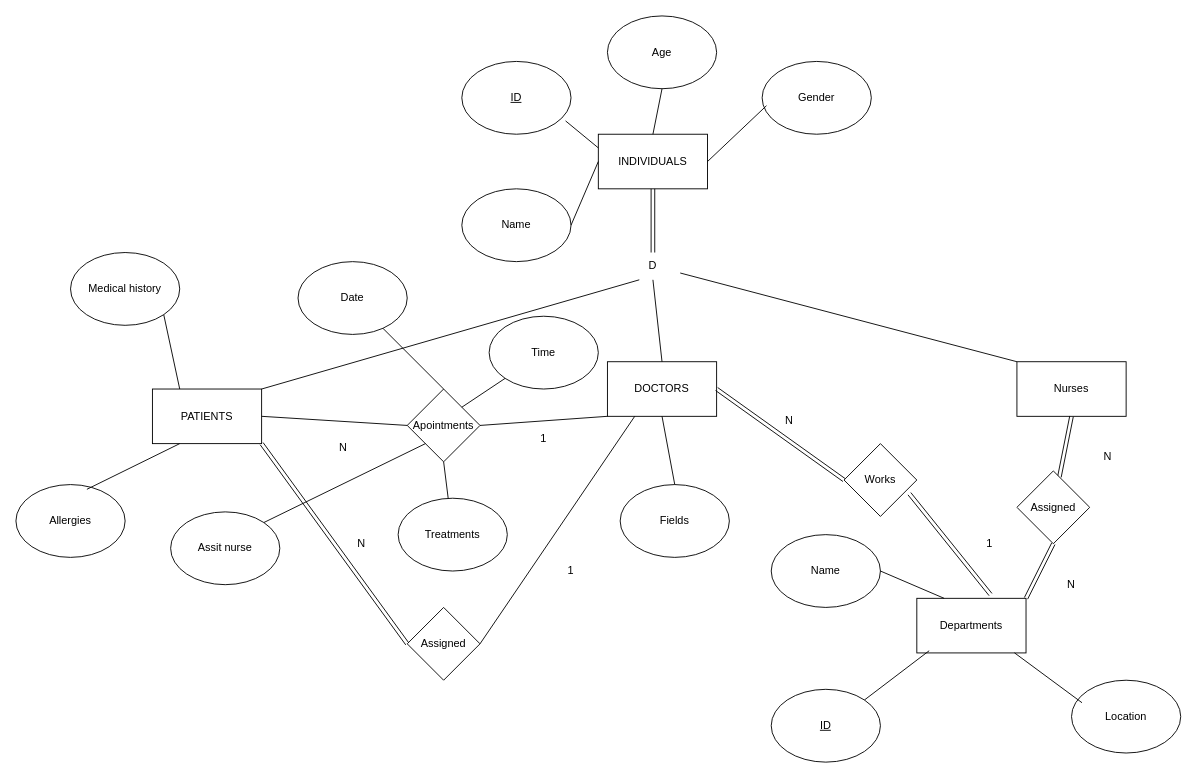
This is ex5.drawio from Sonhoangvo/csdl, a draw.io file, before an edit. Source tidied: cells renumbered, new cells numbered last; positions are measured from the earlier drawing's top-left corner, leaving out a move shared by most shapes. Both pictures are drawn from the tidied source at 91%, with x=0, y=0 at pixel (15, 15).
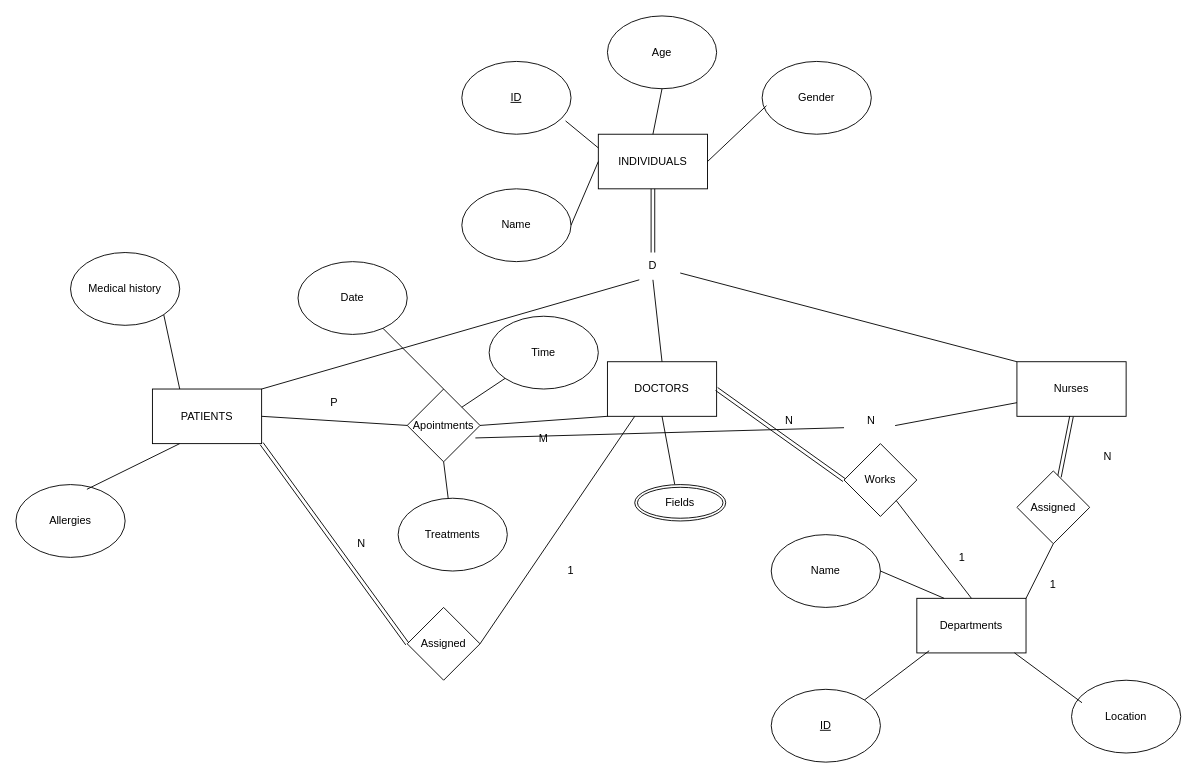
After the change.

The change refers to these unchanged cells:
```xml
<mxCell id="17" value="DOCTORS" style="rounded=0;whiteSpace=wrap;html=1;" parent="1" vertex="1">
  <mxGeometry x="650" y="380" width="120" height="60" as="geometry" />
</mxCell>
<mxCell id="23" value="Apointments" style="rhombus;whiteSpace=wrap;html=1;" parent="1" vertex="1">
  <mxGeometry x="430" y="410" width="80" height="80" as="geometry" />
</mxCell>
<mxCell id="38" value="Nurses" style="rounded=0;whiteSpace=wrap;html=1;" parent="1" vertex="1">
  <mxGeometry x="1100" y="380" width="120" height="60" as="geometry" />
</mxCell>
<mxCell id="40" value="Departments" style="rounded=0;whiteSpace=wrap;html=1;" parent="1" vertex="1">
  <mxGeometry x="990" y="640" width="120" height="60" as="geometry" />
</mxCell>
<mxCell id="47" value="Works" style="rhombus;whiteSpace=wrap;html=1;" parent="1" vertex="1">
  <mxGeometry x="910" y="470" width="80" height="80" as="geometry" />
</mxCell>
<mxCell id="56" value="Assigned" style="rhombus;whiteSpace=wrap;html=1;" parent="1" vertex="1">
  <mxGeometry x="1100" y="500" width="80" height="80" as="geometry" />
</mxCell>
```

What changed in the source:
```diff
@@
-    <mxCell id="18" value="Fields" style="ellipse;whiteSpace=wrap;html=1;" parent="1" vertex="1">
-      <mxGeometry x="664" y="515" width="120" height="80" as="geometry" />
-    </mxCell>
-    <mxCell id="19" style="endArrow=none;html=1;rounded=0;exitX=0.5;exitY=1;exitDx=0;exitDy=0;entryX=0.5;entryY=0;entryDx=0;entryDy=0;" parent="1" edge="1" source="17" target="18">
-      <mxGeometry relative="1" as="geometry" />
+    <mxCell id="19" style="endArrow=none;html=1;rounded=0;exitX=0.5;exitY=1;exitDx=0;exitDy=0;entryX=0.5;entryY=0;entryDx=0;entryDy=0;" parent="1" edge="1" source="17">
+      <mxGeometry relative="1" as="geometry">
+        <mxPoint x="724" y="515" as="targetPoint" />
+      </mxGeometry>
     </mxCell>
@@
-    <mxCell id="29" value="1" style="text;html=1;align=center;verticalAlign=middle;whiteSpace=wrap;rounded=0;" parent="1" vertex="1">
+    <mxCell id="29" value="M" style="text;html=1;align=center;verticalAlign=middle;whiteSpace=wrap;rounded=0;" parent="1" vertex="1">
       <mxGeometry x="550" y="450" width="60" height="30" as="geometry" />
     </mxCell>
-    <mxCell id="30" value="N" style="text;html=1;align=center;verticalAlign=middle;whiteSpace=wrap;rounded=0;" parent="1" vertex="1">
-      <mxGeometry x="330" y="460" width="60" height="30" as="geometry" />
-    </mxCell>
@@
-    <mxCell id="49" style="shape=link;html=1;rounded=0;entryX=0.898;entryY=0.688;entryDx=0;entryDy=0;entryPerimeter=0;exitX=0.675;exitY=-0.069;exitDx=0;exitDy=0;exitPerimeter=0;" parent="1" edge="1" source="40" target="47">
-      <mxGeometry relative="1" as="geometry" />
-    </mxCell>
@@
     <mxCell id="51" value="1" style="text;html=1;align=center;verticalAlign=middle;whiteSpace=wrap;rounded=0;" parent="1" vertex="1">
-      <mxGeometry x="1040" y="565" width="60" height="30" as="geometry" />
+      <mxGeometry x="1010" y="580" width="60" height="30" as="geometry" />
     </mxCell>
@@
-    <mxCell id="53" value="Assit nurse" style="ellipse;whiteSpace=wrap;html=1;" parent="1" vertex="1">
-      <mxGeometry x="170" y="545" width="120" height="80" as="geometry" />
-    </mxCell>
-    <mxCell id="54" style="endArrow=none;html=1;rounded=0;exitX=1;exitY=0;exitDx=0;exitDy=0;entryX=0;entryY=1;entryDx=0;entryDy=0;" parent="1" edge="1" source="53" target="23">
-      <mxGeometry relative="1" as="geometry" />
-    </mxCell>
@@
-    <mxCell id="57" style="shape=link;html=1;rounded=0;entryX=0.5;entryY=1;entryDx=0;entryDy=0;exitX=1;exitY=0;exitDx=0;exitDy=0;" parent="1" edge="1" source="40" target="56">
-      <mxGeometry relative="1" as="geometry" />
-    </mxCell>
@@
-    <mxCell id="59" value="N" style="text;html=1;align=center;verticalAlign=middle;whiteSpace=wrap;rounded=0;" parent="1" vertex="1">
-      <mxGeometry x="1130" y="610" width="60" height="30" as="geometry" />
+    <mxCell id="59" value="1" style="text;html=1;align=center;verticalAlign=middle;whiteSpace=wrap;rounded=0;" parent="1" vertex="1">
+      <mxGeometry x="1110" y="610" width="60" height="30" as="geometry" />
     </mxCell>
+    <mxCell id="18" value="Fields" style="ellipse;shape=doubleEllipse;margin=3;whiteSpace=wrap;html=1;align=center;" parent="1" vertex="1">
+      <mxGeometry x="680" y="515" width="100" height="40" as="geometry" />
+    </mxCell>
+    <mxCell id="49" style="endArrow=none;html=1;rounded=0;exitX=0.5;exitY=0;exitDx=0;exitDy=0;" parent="1" edge="1" source="40" target="47">
+      <mxGeometry relative="1" as="geometry" />
+    </mxCell>
+    <mxCell id="57" style="endArrow=none;html=1;rounded=0;exitX=1;exitY=0;exitDx=0;exitDy=0;entryX=0.5;entryY=1;entryDx=0;entryDy=0;" parent="1" edge="1" source="40" target="56">
+      <mxGeometry relative="1" as="geometry" />
+    </mxCell>
+    <mxCell id="60" style="endArrow=none;html=1;rounded=0;exitX=0.936;exitY=0.672;exitDx=0;exitDy=0;exitPerimeter=0;entryX=0;entryY=0.75;entryDx=0;entryDy=0;" parent="1" edge="1" source="30" target="38">
+      <mxGeometry relative="1" as="geometry" />
+    </mxCell>
+    <mxCell id="61" style="endArrow=none;html=1;rounded=0;exitX=0.936;exitY=0.672;exitDx=0;exitDy=0;exitPerimeter=0;entryX=0;entryY=0.75;entryDx=0;entryDy=0;" parent="1" edge="1" source="23" target="30">
+      <mxGeometry relative="1" as="geometry" />
+    </mxCell>
+    <mxCell id="30" value="N" style="text;html=1;align=center;verticalAlign=middle;whiteSpace=wrap;rounded=0;" parent="1" vertex="1">
+      <mxGeometry x="910" y="430" width="60" height="30" as="geometry" />
+    </mxCell>
+    <mxCell id="62" value="P" style="text;html=1;align=center;verticalAlign=middle;whiteSpace=wrap;rounded=0;" parent="1" vertex="1">
+      <mxGeometry x="320" y="410" width="60" height="30" as="geometry" />
+    </mxCell>
```
